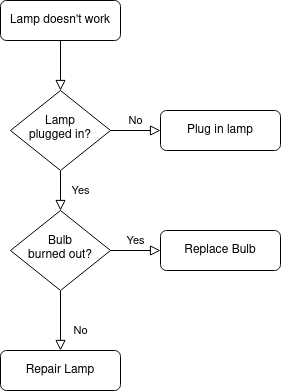
Before: hangman.png, a diagram exported from draw.io (Yucatanwebpages/pythondiagrams). Source tidied: cells renumbered, new cells last; positions are measured from the earlier drawing's top-left corner, leaving out a move shared by most shapes.
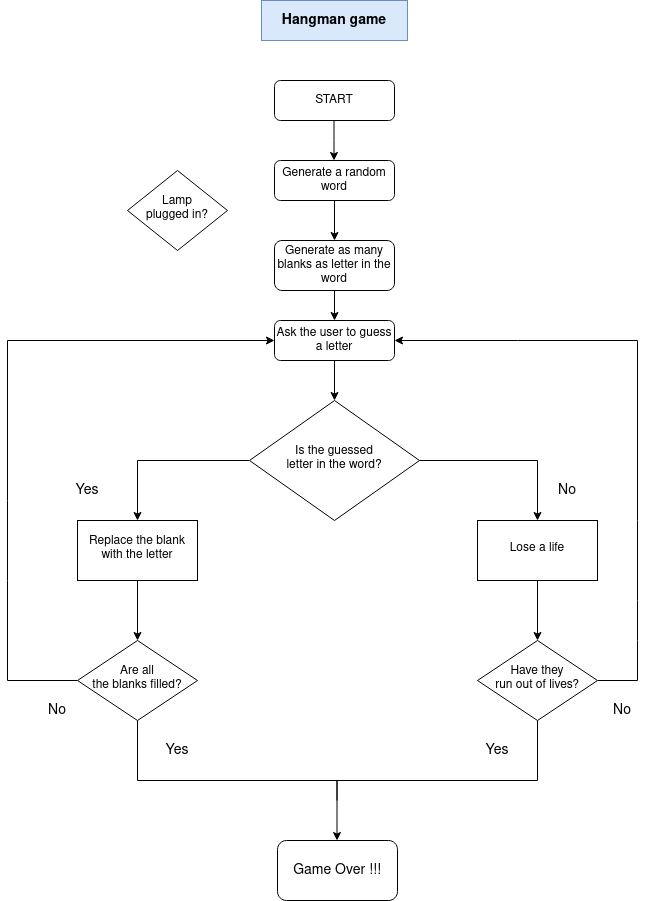
After the commit.

The edit, as a diff of the source:
```diff
@@ -2,38 +2,136 @@
   <root>
     <mxCell id="0" />
     <mxCell id="1" parent="0" />
-    <mxCell id="2" style="rounded=0;html=1;jettySize=auto;fontSize=11;endArrow=block;endFill=0;endSize=8;strokeWidth=1;shadow=0;labelBackgroundColor=none;edgeStyle=orthogonalEdgeStyle;" parent="1" edge="1" source="3" target="6">
-      <mxGeometry relative="1" as="geometry" />
-    </mxCell>
+    <mxCell id="13" style="edgeStyle=orthogonalEdgeStyle;rounded=0;jettySize=auto;html=1;fontSize=14;" parent="1" edge="1" source="7" target="12">
+      <mxGeometry relative="1" as="geometry" />
+    </mxCell>
-    <mxCell id="3" value="Lamp doesn't work" style="rounded=1;whiteSpace=wrap;html=1;fontSize=12;glass=0;strokeWidth=1;shadow=0;" parent="1" vertex="1">
-      <mxGeometry width="120" height="40" as="geometry" />
+    <mxCell id="3" value="START" style="rounded=1;whiteSpace=wrap;html=1;fontSize=12;glass=0;strokeWidth=1;shadow=0;" parent="1" vertex="1">
+      <mxGeometry x="157" width="120" height="40" as="geometry" />
     </mxCell>
-    <mxCell id="4" value="Yes" style="rounded=0;html=1;jettySize=auto;fontSize=11;endArrow=block;endFill=0;endSize=8;strokeWidth=1;shadow=0;labelBackgroundColor=none;edgeStyle=orthogonalEdgeStyle;" parent="1" edge="1" source="6" target="10">
-      <mxGeometry y="20" relative="1" as="geometry" />
-    </mxCell>
-    <mxCell id="5" value="No" style="edgeStyle=orthogonalEdgeStyle;rounded=0;html=1;jettySize=auto;fontSize=11;endArrow=block;endFill=0;endSize=8;strokeWidth=1;shadow=0;labelBackgroundColor=none;" parent="1" edge="1" source="6" target="7">
-      <mxGeometry y="10" relative="1" as="geometry" />
-    </mxCell>
     <mxCell id="6" value="Lamp&lt;br&gt;plugged in?" style="rhombus;whiteSpace=wrap;html=1;shadow=0;fontFamily=Helvetica;fontSize=12;align=center;strokeWidth=1;spacing=6;spacingTop=-4;" parent="1" vertex="1">
       <mxGeometry x="10" y="90" width="100" height="80" as="geometry" />
     </mxCell>
-    <mxCell id="7" value="Plug in lamp" style="rounded=1;whiteSpace=wrap;html=1;fontSize=12;glass=0;strokeWidth=1;shadow=0;" parent="1" vertex="1">
-      <mxGeometry x="160" y="110" width="120" height="40" as="geometry" />
+    <mxCell id="7" value="Generate a random word" style="rounded=1;whiteSpace=wrap;html=1;fontSize=12;glass=0;strokeWidth=1;shadow=0;" parent="1" vertex="1">
+      <mxGeometry x="157" y="80" width="120" height="40" as="geometry" />
     </mxCell>
-    <mxCell id="8" value="No" style="rounded=0;html=1;jettySize=auto;fontSize=11;endArrow=block;endFill=0;endSize=8;strokeWidth=1;shadow=0;labelBackgroundColor=none;edgeStyle=orthogonalEdgeStyle;" parent="1" edge="1" source="10" target="11">
-      <mxGeometry x="0.33" y="20" relative="1" as="geometry" />
-    </mxCell>
-    <mxCell id="9" value="Yes" style="edgeStyle=orthogonalEdgeStyle;rounded=0;html=1;jettySize=auto;fontSize=11;endArrow=block;endFill=0;endSize=8;strokeWidth=1;shadow=0;labelBackgroundColor=none;" parent="1" edge="1" source="10" target="12">
-      <mxGeometry y="10" relative="1" as="geometry" />
-    </mxCell>
+    <mxCell id="14" style="edgeStyle=none;rounded=0;jettySize=auto;html=1;fontSize=14;" parent="1" edge="1" source="10" target="21">
+      <mxGeometry relative="1" as="geometry">
+        <Array as="points">
+          <mxPoint x="420" y="380" />
+        </Array>
+      </mxGeometry>
+    </mxCell>
+    <mxCell id="15" style="edgeStyle=none;rounded=0;jettySize=auto;html=1;fontSize=14;" parent="1" edge="1" source="10" target="24">
+      <mxGeometry relative="1" as="geometry">
+        <Array as="points">
+          <mxPoint x="20" y="380" />
+        </Array>
+      </mxGeometry>
+    </mxCell>
-    <mxCell id="10" value="Bulb&lt;br&gt;burned out?" style="rhombus;whiteSpace=wrap;html=1;shadow=0;fontFamily=Helvetica;fontSize=12;align=center;strokeWidth=1;spacing=6;spacingTop=-4;" parent="1" vertex="1">
-      <mxGeometry x="10" y="210" width="100" height="80" as="geometry" />
+    <mxCell id="10" value="&lt;div&gt;Is the guessed&lt;/div&gt;&lt;div&gt; letter in the word?&lt;/div&gt;" style="rhombus;whiteSpace=wrap;html=1;shadow=0;fontFamily=Helvetica;fontSize=12;align=center;strokeWidth=1;spacing=6;spacingTop=-4;" parent="1" vertex="1">
+      <mxGeometry x="132" y="320" width="170" height="120" as="geometry" />
     </mxCell>
+    <mxCell id="16" style="edgeStyle=orthogonalEdgeStyle;rounded=0;jettySize=auto;html=1;fontSize=14;" parent="1" edge="1" source="11" target="10">
+      <mxGeometry relative="1" as="geometry" />
+    </mxCell>
-    <mxCell id="11" value="Repair Lamp" style="rounded=1;whiteSpace=wrap;html=1;fontSize=12;glass=0;strokeWidth=1;shadow=0;" parent="1" vertex="1">
-      <mxGeometry y="350" width="120" height="40" as="geometry" />
+    <mxCell id="11" value="Ask the user to guess a letter" style="rounded=1;whiteSpace=wrap;html=1;fontSize=12;glass=0;strokeWidth=1;shadow=0;" parent="1" vertex="1">
+      <mxGeometry x="157" y="240" width="120" height="40" as="geometry" />
     </mxCell>
+    <mxCell id="17" style="edgeStyle=orthogonalEdgeStyle;rounded=0;jettySize=auto;html=1;fontSize=14;" parent="1" edge="1" source="12" target="11">
+      <mxGeometry relative="1" as="geometry" />
+    </mxCell>
-    <mxCell id="12" value="Replace Bulb" style="rounded=1;whiteSpace=wrap;html=1;fontSize=12;glass=0;strokeWidth=1;shadow=0;" parent="1" vertex="1">
-      <mxGeometry x="160" y="230" width="120" height="40" as="geometry" />
+    <mxCell id="12" value="Generate as many blanks as letter in the word" style="rounded=1;whiteSpace=wrap;html=1;fontSize=12;glass=0;strokeWidth=1;shadow=0;" parent="1" vertex="1">
+      <mxGeometry x="157" y="160" width="120" height="50" as="geometry" />
     </mxCell>
+    <mxCell id="18" value="&lt;b style=&quot;font-size: 14px;&quot;&gt;Hangman game&lt;br style=&quot;font-size: 14px;&quot;&gt;&lt;/b&gt;" style="text;html=1;strokeColor=#6c8ebf;fillColor=#dae8fc;align=center;verticalAlign=middle;whiteSpace=wrap;rounded=0;spacingTop=0;fontSize=14;" parent="1" vertex="1">
+      <mxGeometry x="144" y="-80" width="146" height="40" as="geometry" />
+    </mxCell>
+    <mxCell id="19" style="edgeStyle=orthogonalEdgeStyle;rounded=0;orthogonalLoop=1;jettySize=auto;html=1;fontSize=14;" parent="1" edge="1">
+      <mxGeometry relative="1" as="geometry">
+        <mxPoint x="216.5" y="40" as="sourcePoint" />
+        <mxPoint x="216.5" y="80" as="targetPoint" />
+        <Array as="points">
+          <mxPoint x="216.5" y="60" />
+          <mxPoint x="216.5" y="60" />
+        </Array>
+      </mxGeometry>
+    </mxCell>
+    <mxCell id="20" style="edgeStyle=none;rounded=0;jettySize=auto;html=1;fontSize=14;" parent="1" edge="1" source="21" target="29">
+      <mxGeometry relative="1" as="geometry" />
+    </mxCell>
+    <mxCell id="21" value="Lose a life" style="whiteSpace=wrap;html=1;shadow=0;strokeWidth=1;spacing=6;spacingTop=-4;" parent="1" vertex="1">
+      <mxGeometry x="360" y="440" width="120" height="60" as="geometry" />
+    </mxCell>
+    <mxCell id="22" value="No" style="text;html=1;strokeColor=none;fillColor=none;align=center;verticalAlign=middle;whiteSpace=wrap;rounded=0;fontSize=14;" parent="1" vertex="1">
+      <mxGeometry x="430" y="400" width="40" height="20" as="geometry" />
+    </mxCell>
+    <mxCell id="23" style="edgeStyle=none;rounded=0;jettySize=auto;html=1;fontSize=14;" parent="1" edge="1" source="24" target="27">
+      <mxGeometry relative="1" as="geometry" />
+    </mxCell>
+    <mxCell id="24" value="Replace the blank with the letter" style="whiteSpace=wrap;html=1;shadow=0;strokeWidth=1;spacing=6;spacingTop=-4;" parent="1" vertex="1">
+      <mxGeometry x="-40" y="440" width="120" height="60" as="geometry" />
+    </mxCell>
+    <mxCell id="25" value="Yes" style="text;html=1;strokeColor=none;fillColor=none;align=center;verticalAlign=middle;whiteSpace=wrap;rounded=0;fontSize=14;" parent="1" vertex="1">
+      <mxGeometry x="-50" y="400" width="40" height="20" as="geometry" />
+    </mxCell>
+    <mxCell id="26" style="edgeStyle=none;rounded=0;jettySize=auto;html=1;entryX=0;entryY=0.5;entryDx=0;entryDy=0;fontSize=14;" parent="1" edge="1" source="27" target="11">
+      <mxGeometry relative="1" as="geometry">
+        <Array as="points">
+          <mxPoint x="-110" y="600" />
+          <mxPoint x="-110" y="500" />
+          <mxPoint x="-110" y="420" />
+          <mxPoint x="-110" y="260" />
+        </Array>
+      </mxGeometry>
+    </mxCell>
+    <mxCell id="27" value="&lt;div&gt;Are all &lt;br&gt;&lt;/div&gt;&lt;div&gt;the blanks filled?&lt;/div&gt;" style="rhombus;whiteSpace=wrap;html=1;shadow=0;strokeWidth=1;spacing=6;spacingTop=-4;" parent="1" vertex="1">
+      <mxGeometry x="-40" y="560" width="120" height="80" as="geometry" />
+    </mxCell>
+    <mxCell id="28" style="edgeStyle=none;rounded=0;jettySize=auto;html=1;entryX=1;entryY=0.5;entryDx=0;entryDy=0;fontSize=14;exitX=1;exitY=0.5;exitDx=0;exitDy=0;" parent="1" edge="1" source="29" target="11">
+      <mxGeometry relative="1" as="geometry">
+        <Array as="points">
+          <mxPoint x="520" y="600" />
+          <mxPoint x="520" y="560" />
+          <mxPoint x="520" y="520" />
+          <mxPoint x="520" y="440" />
+          <mxPoint x="520" y="260" />
+          <mxPoint x="400" y="260" />
+        </Array>
+      </mxGeometry>
+    </mxCell>
+    <mxCell id="29" value="&lt;div&gt;Have they&lt;/div&gt;&lt;div&gt; run out of lives?&lt;/div&gt;" style="rhombus;whiteSpace=wrap;html=1;shadow=0;strokeWidth=1;spacing=6;spacingTop=-4;" parent="1" vertex="1">
+      <mxGeometry x="360" y="560" width="120" height="80" as="geometry" />
+    </mxCell>
+    <mxCell id="30" style="edgeStyle=none;rounded=0;orthogonalLoop=1;jettySize=auto;html=1;exitX=1;exitY=1;exitDx=0;exitDy=0;fontSize=14;" parent="1" edge="1" source="27" target="27">
+      <mxGeometry relative="1" as="geometry" />
+    </mxCell>
+    <mxCell id="31" style="shape=partialRectangle;whiteSpace=wrap;html=1;bottom=1;right=1;left=1;top=0;fillColor=none;routingCenterX=-0.5;fontSize=14;" parent="1" vertex="1">
+      <mxGeometry x="20" y="640" width="400" height="60" as="geometry" />
+    </mxCell>
+    <mxCell id="32" value="Game Over !!!" style="rounded=1;whiteSpace=wrap;html=1;fontSize=14;" parent="1" vertex="1">
+      <mxGeometry x="160" y="760" width="120" height="60" as="geometry" />
+    </mxCell>
+    <mxCell id="33" style="edgeStyle=orthogonalEdgeStyle;rounded=0;orthogonalLoop=1;jettySize=auto;html=1;fontSize=14;" parent="1" edge="1">
+      <mxGeometry relative="1" as="geometry">
+        <mxPoint x="219.5" y="720" as="sourcePoint" />
+        <mxPoint x="219.5" y="760" as="targetPoint" />
+        <Array as="points">
+          <mxPoint x="219.5" y="700" />
+          <mxPoint x="219.5" y="700" />
+        </Array>
+      </mxGeometry>
+    </mxCell>
+    <mxCell id="34" value="No" style="text;html=1;strokeColor=none;fillColor=none;align=center;verticalAlign=middle;whiteSpace=wrap;rounded=0;fontSize=14;" parent="1" vertex="1">
+      <mxGeometry x="-80" y="620" width="40" height="20" as="geometry" />
+    </mxCell>
+    <mxCell id="35" value="No" style="text;html=1;strokeColor=none;fillColor=none;align=center;verticalAlign=middle;whiteSpace=wrap;rounded=0;fontSize=14;" parent="1" vertex="1">
+      <mxGeometry x="490" y="620" width="30" height="20" as="geometry" />
+    </mxCell>
+    <mxCell id="36" value="Yes" style="text;html=1;strokeColor=none;fillColor=none;align=center;verticalAlign=middle;whiteSpace=wrap;rounded=0;fontSize=14;" parent="1" vertex="1">
+      <mxGeometry x="40" y="660" width="40" height="20" as="geometry" />
+    </mxCell>
+    <mxCell id="37" value="Yes" style="text;html=1;strokeColor=none;fillColor=none;align=center;verticalAlign=middle;whiteSpace=wrap;rounded=0;fontSize=14;" parent="1" vertex="1">
+      <mxGeometry x="360" y="660" width="40" height="20" as="geometry" />
+    </mxCell>
   </root>
 </mxGraphModel>
```
